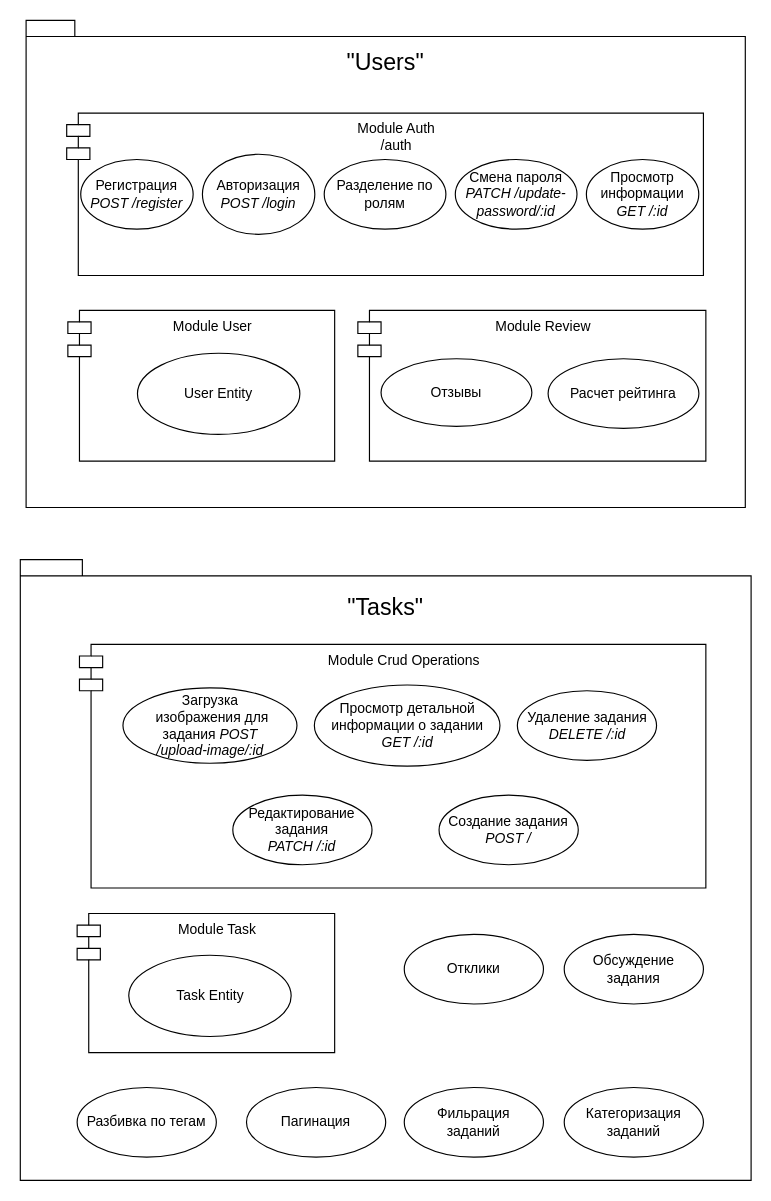
Earlier version of the draw.io diagram page "2_задачи_сервисов" (2 of 2) of specification.drawio (SergeyZasimov/taskforce). Source tidied: cells renumbered, new cells numbered last; positions are measured from the earlier drawing's top-left corner, leaving out a move shared by most shapes. Both pictures are drawn from the tidied source at 116%, with x=0, y=0 at pixel (20, 20).
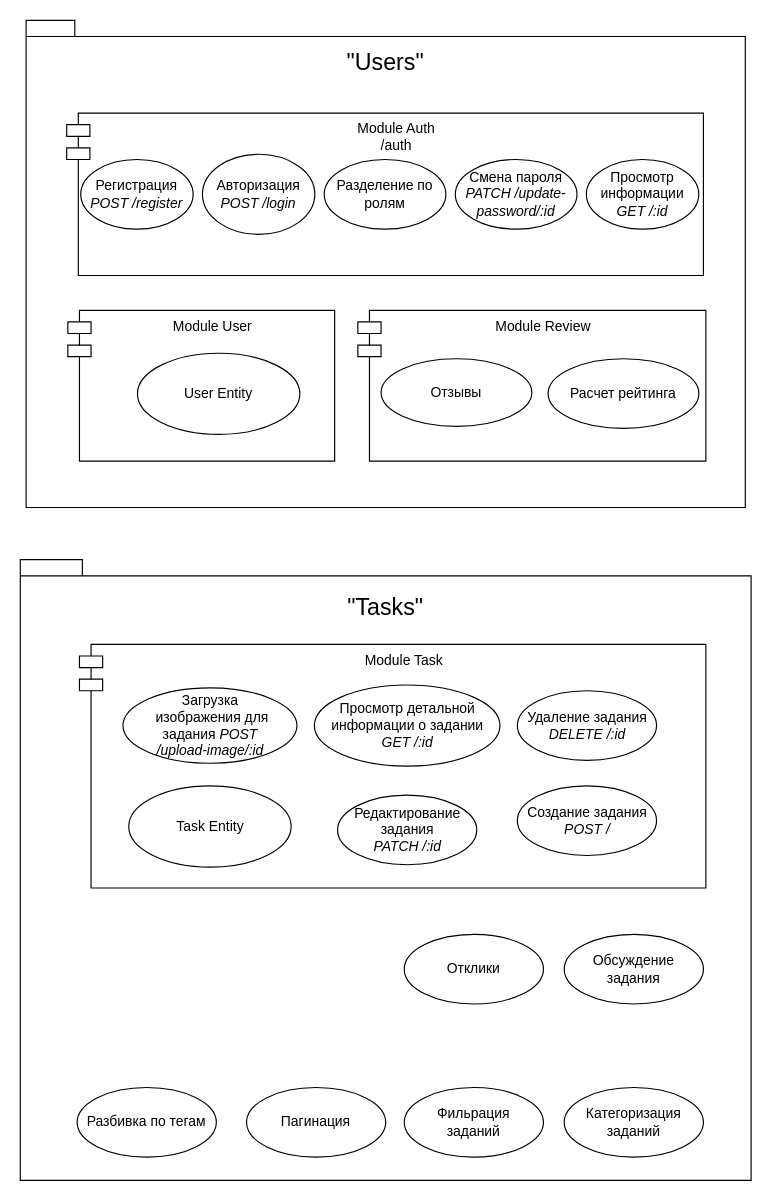
After the change.

The edit, as a diff of the source:
```diff
@@
-    <mxCell id="3" value="Module Crud Operations" style="shape=module;align=left;spacingLeft=20;align=center;verticalAlign=top;fontSize=12;" parent="1" vertex="1">
+    <mxCell id="3" value="Module Task" style="shape=module;align=left;spacingLeft=20;align=center;verticalAlign=top;fontSize=12;" parent="1" vertex="1">
       <mxGeometry x="51" y="538" width="540" height="210" as="geometry" />
     </mxCell>
@@
     <mxCell id="5" value="Создание задания&lt;br&gt;&lt;i&gt;POST /&lt;/i&gt;" style="ellipse;whiteSpace=wrap;html=1;fontSize=12;" parent="1" vertex="1">
-      <mxGeometry x="361" y="668" width="120" height="60" as="geometry" />
+      <mxGeometry x="428.5" y="660" width="120" height="60" as="geometry" />
     </mxCell>
     <mxCell id="6" value="Редактирование задания&lt;br&gt;&lt;i&gt;PATCH /:id&lt;/i&gt;" style="ellipse;whiteSpace=wrap;html=1;fontSize=12;" parent="1" vertex="1">
-      <mxGeometry x="183.2" y="668" width="120" height="60" as="geometry" />
+      <mxGeometry x="273.5" y="668" width="120" height="60" as="geometry" />
     </mxCell>
@@
-    <mxCell id="31" value="Module Task" style="shape=module;align=left;spacingLeft=20;align=center;verticalAlign=top;fontSize=12;" parent="1" vertex="1">
-      <mxGeometry x="49" y="770" width="222" height="120" as="geometry" />
-    </mxCell>
     <mxCell id="32" value="Task Entity" style="ellipse;whiteSpace=wrap;html=1;fontSize=12;" parent="1" vertex="1">
-      <mxGeometry x="93.5" y="806" width="140" height="70" as="geometry" />
+      <mxGeometry x="93.5" y="660" width="140" height="70" as="geometry" />
     </mxCell>
```
